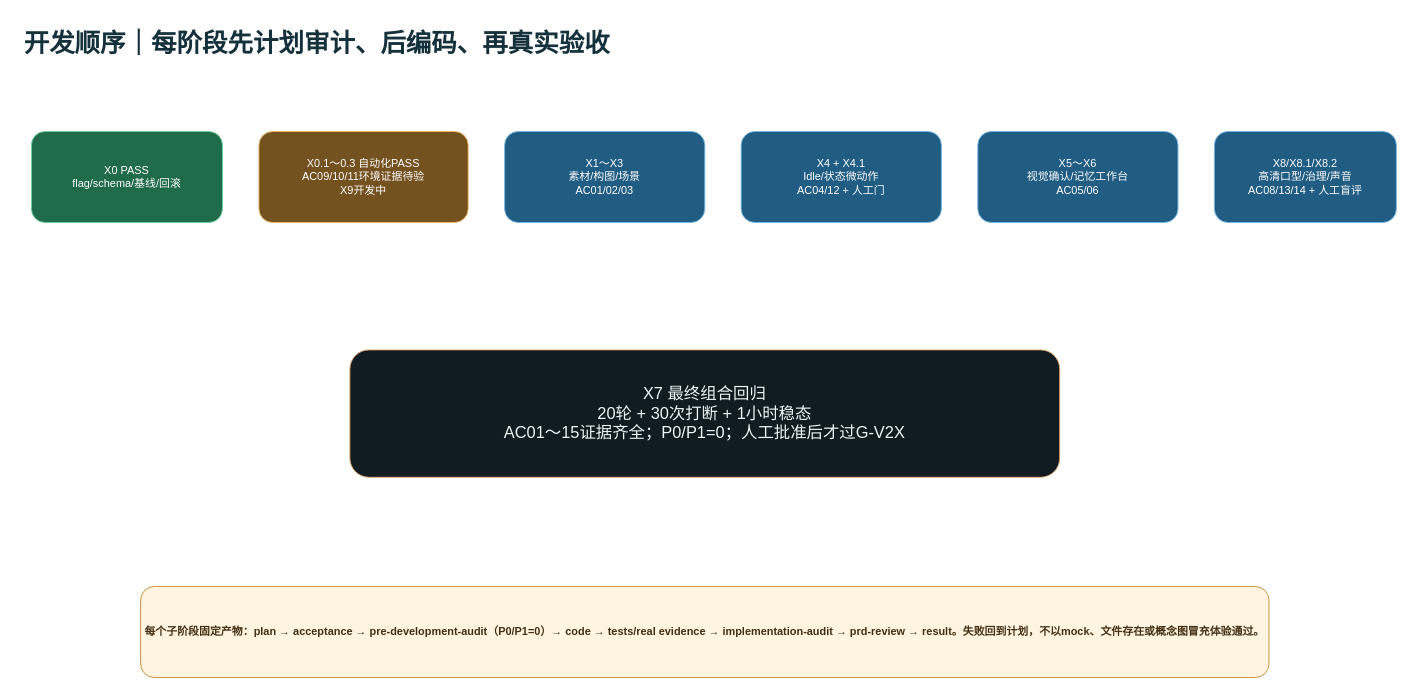
Above: page "06-开发顺序与里程碑" (6 of 8) of docs/architecture/v2-x-gap.drawio in ljx418/cyberWife (draw.io), before the change. Source tidied: cells renumbered, new cells numbered last; positions are measured from the earlier drawing's top-left corner, leaving out a move shared by most shapes. Both pictures are drawn from the tidied source at 91%, with x=0, y=0 at pixel (22, 22).
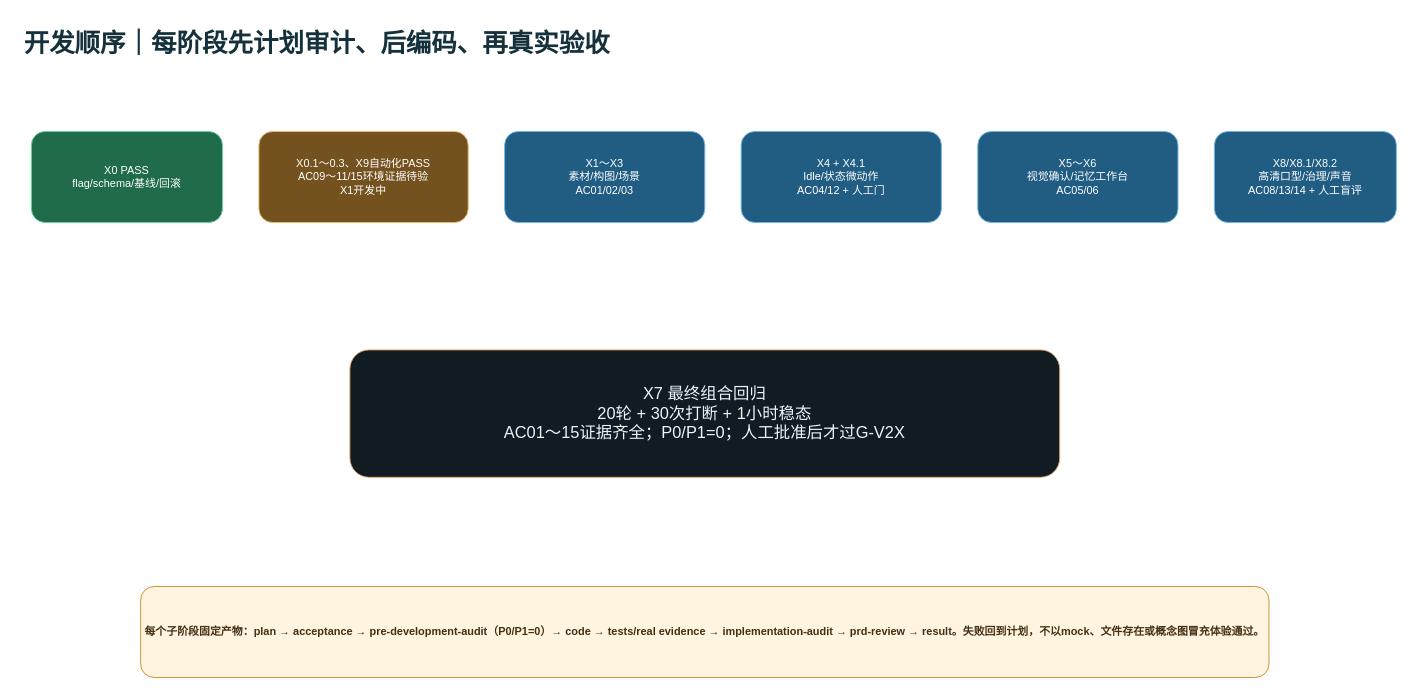
After the change.

Change to the diagram source:
```diff
@@
 <mxGraphModel>
   <root>
     <mxCell id="0" />
     <mxCell id="1" parent="0" />
     <mxCell id="2" value="开发顺序｜每阶段先计划审计、后编码、再真实验收" style="text;html=1;fontSize=28;fontStyle=1;fontColor=#15313B;" parent="1" vertex="1">
       <mxGeometry width="1300" height="50" as="geometry" />
     </mxCell>
     <mxCell id="3" value="X0 PASS&#10;flag/schema/基线/回滚" style="rounded=1;whiteSpace=wrap;html=1;fillColor=#1F6B4A;strokeColor=#6ED39C;fontColor=#FFFFFF;" parent="1" vertex="1">
       <mxGeometry x="10" y="120" width="210" height="100" as="geometry" />
     </mxCell>
-    <mxCell id="4" value="X0.1～0.3 自动化PASS&#10;AC09/10/11环境证据待验&#10;X9开发中" style="rounded=1;whiteSpace=wrap;html=1;fillColor=#73521F;strokeColor=#F2BD6B;fontColor=#FFFFFF;" parent="1" vertex="1">
+    <mxCell id="4" value="X0.1～0.3、X9自动化PASS&#10;AC09～11/15环境证据待验&#10;X1开发中" style="rounded=1;whiteSpace=wrap;html=1;fillColor=#73521F;strokeColor=#F2BD6B;fontColor=#FFFFFF;" parent="1" vertex="1">
       <mxGeometry x="260" y="120" width="230" height="100" as="geometry" />
     </mxCell>
     <mxCell id="5" value="X1～X3&#10;素材/构图/场景&#10;AC01/02/03" style="rounded=1;whiteSpace=wrap;html=1;fillColor=#215C83;strokeColor=#71B7E6;fontColor=#FFFFFF;" parent="1" vertex="1">
       <mxGeometry x="530" y="120" width="220" height="100" as="geometry" />
     </mxCell>
     <mxCell id="6" value="X4 + X4.1&#10;Idle/状态微动作&#10;AC04/12 + 人工门" style="rounded=1;whiteSpace=wrap;html=1;fillColor=#215C83;strokeColor=#71B7E6;fontColor=#FFFFFF;" parent="1" vertex="1">
       <mxGeometry x="790" y="120" width="220" height="100" as="geometry" />
     </mxCell>
     <mxCell id="7" value="X5～X6&#10;视觉确认/记忆工作台&#10;AC05/06" style="rounded=1;whiteSpace=wrap;html=1;fillColor=#215C83;strokeColor=#71B7E6;fontColor=#FFFFFF;" parent="1" vertex="1">
       <mxGeometry x="1050" y="120" width="220" height="100" as="geometry" />
     </mxCell>
     <mxCell id="8" value="X8/X8.1/X8.2&#10;高清口型/治理/声音&#10;AC08/13/14 + 人工盲评" style="rounded=1;whiteSpace=wrap;html=1;fillColor=#215C83;strokeColor=#71B7E6;fontColor=#FFFFFF;" parent="1" vertex="1">
       <mxGeometry x="1310" y="120" width="200" height="100" as="geometry" />
     </mxCell>
     <mxCell id="9" value="X7 最终组合回归&#10;20轮 + 30次打断 + 1小时稳态&#10;AC01～15证据齐全；P0/P1=0；人工批准后才过G-V2X" style="rounded=1;whiteSpace=wrap;html=1;fillColor=#101B22;strokeColor=#E4A668;fontColor=#EDF4F5;fontSize=18;" parent="1" vertex="1">
       <mxGeometry x="360" y="360" width="780" height="140" as="geometry" />
     </mxCell>
     <mxCell id="10" value="每个子阶段固定产物：plan → acceptance → pre-development-audit（P0/P1=0）→ code → tests/real evidence → implementation-audit → prd-review → result。失败回到计划，不以mock、文件存在或概念图冒充体验通过。" style="rounded=1;whiteSpace=wrap;html=1;fillColor=#FFF4DF;strokeColor=#C8892E;fontColor=#432F14;fontStyle=1;" parent="1" vertex="1">
       <mxGeometry x="130" y="620" width="1240" height="100" as="geometry" />
     </mxCell>
     <mxCell id="11" style="edgeStyle=orthogonalEdgeStyle;endArrow=block;" parent="1" edge="1" source="3" target="4" />
     <mxCell id="12" style="edgeStyle=orthogonalEdgeStyle;endArrow=block;" parent="1" edge="1" source="4" target="5" />
     <mxCell id="13" style="edgeStyle=orthogonalEdgeStyle;endArrow=block;" parent="1" edge="1" source="5" target="6" />
     <mxCell id="14" style="edgeStyle=orthogonalEdgeStyle;endArrow=block;" parent="1" edge="1" source="6" target="7" />
     <mxCell id="15" style="edgeStyle=orthogonalEdgeStyle;endArrow=block;" parent="1" edge="1" source="7" target="8" />
     <mxCell id="16" style="edgeStyle=orthogonalEdgeStyle;endArrow=block;" parent="1" edge="1" source="8" target="9" />
   </root>
 </mxGraphModel>
```
